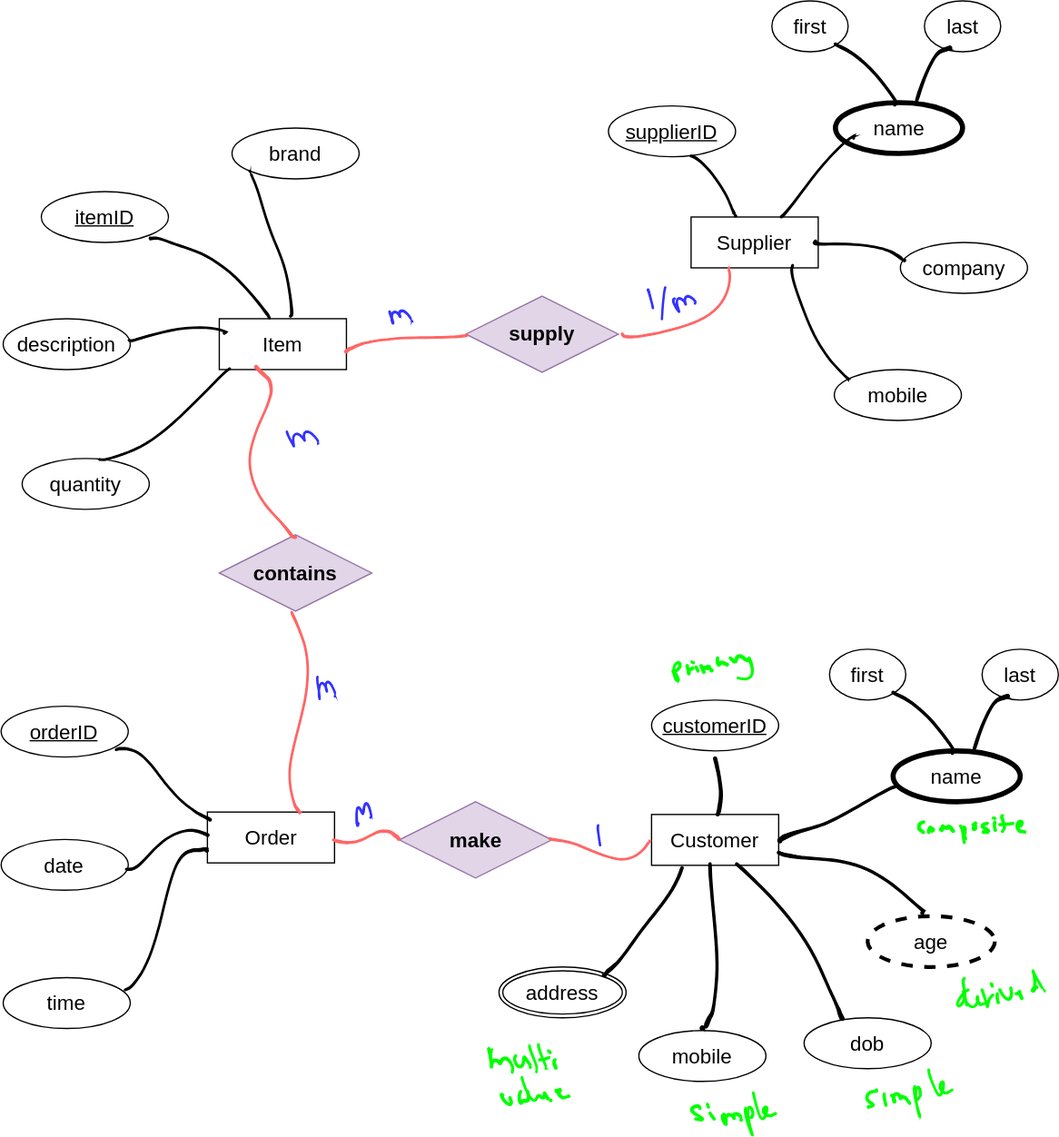
Earlier version of the draw.io export ERD Example.drawio.svg (usupun/Database_Managment_System-tutoril-). Source tidied: cells renumbered, new cells last; positions are measured from the earlier drawing's top-left corner, leaving out a move shared by most shapes.
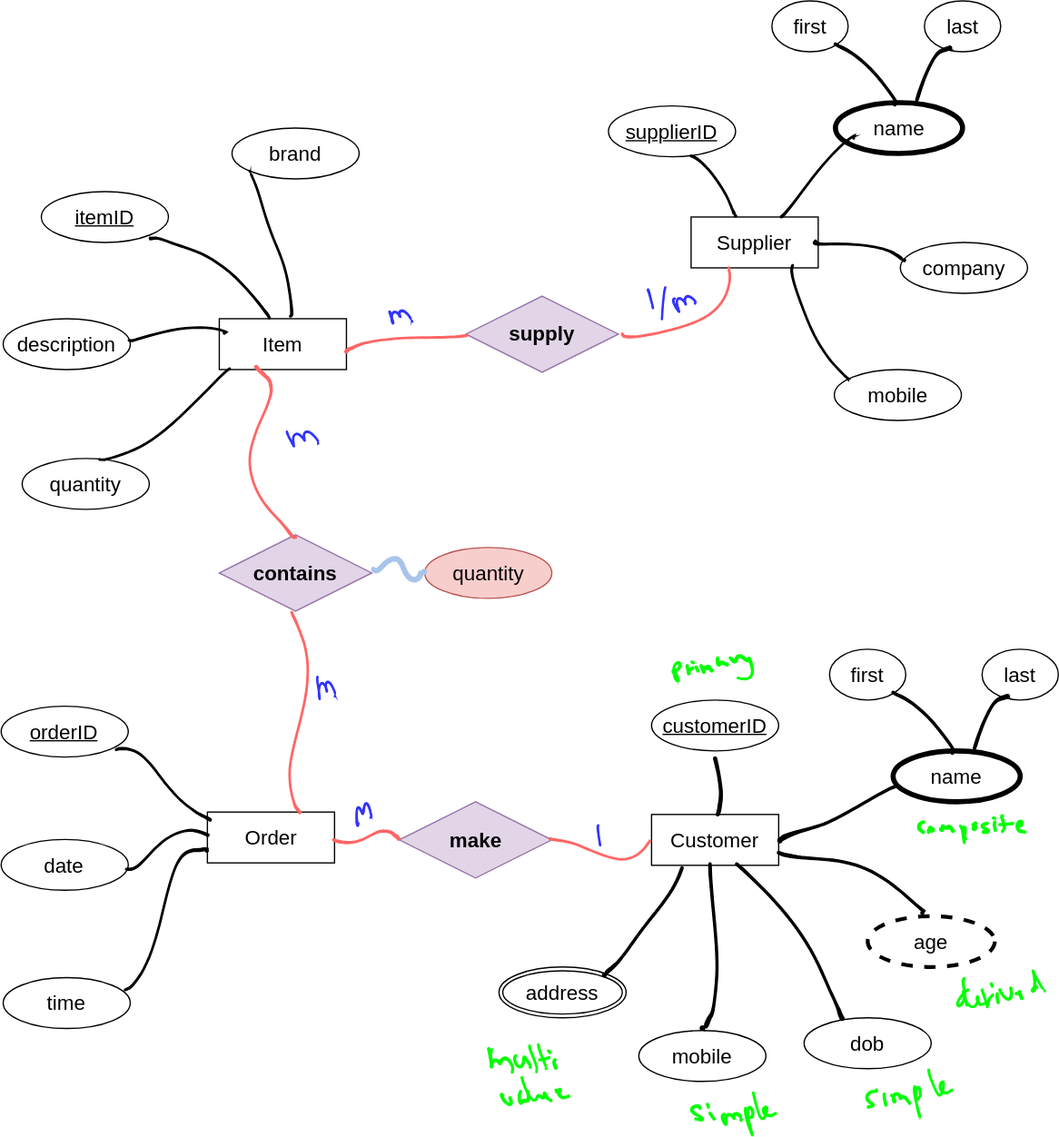
The same diagram one commit later.

Change to the diagram source:
```diff
@@ -344,5 +344,11 @@
     <mxCell id="115" style="shape=(stored shape, 1632 characters);lineShape=1;strokeColor=#3333FF;fontSize=16;" parent="1" vertex="1">
       <mxGeometry x="528.5" y="231.9" width="18.6" height="13.1" as="geometry" />
     </mxCell>
+    <mxCell id="116" value="quantity" style="ellipse;whiteSpace=wrap;html=1;align=center;fontSize=16;fillColor=#f8cecc;strokeColor=#b85450;" parent="1" vertex="1">
+      <mxGeometry x="333.6" y="430" width="100" height="40" as="geometry" />
+    </mxCell>
+    <mxCell id="117" style="shape=(stored shape, 1148 characters);lineShape=1;strokeColor=#A9C4EB;fontSize=16;" parent="1" vertex="1">
+      <mxGeometry x="291.8" y="437.2" width="43.3" height="19.8" as="geometry" />
+    </mxCell>
   </root>
 </mxGraphModel>
```
